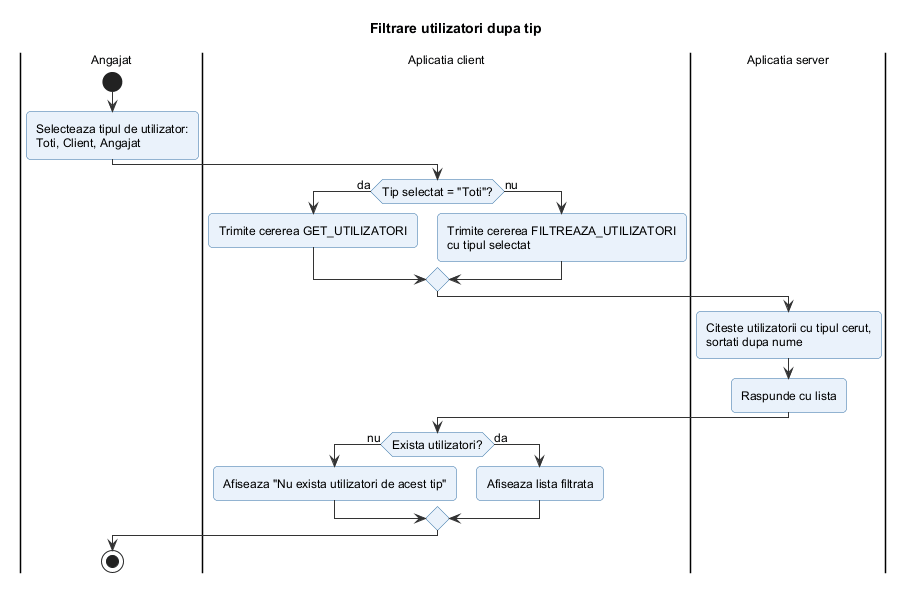
Earlier version of the PlantUML export docs/diagrame/2_activitati/filtrare_utilizatori.png (filip-eanu/ProiectIS). Its diagram source:
```plantuml
@startuml filtrare_utilizatori
!include ../_stil.iuml
title Filtrare utilizatori dupa tip

|Angajat|
start
:Selecteaza tipul de utilizator:
Toti, Client, Angajat;
|Aplicatia client|
if (Tip selectat = "Toti"?) then (da)
  :Trimite cererea GET_UTILIZATORI;
else (nu)
  :Trimite cererea FILTREAZA_UTILIZATORI
  cu tipul selectat;
endif
|Aplicatia server|
:Citeste utilizatorii cu tipul cerut,
sortati dupa nume;
:Raspunde cu lista;
|Aplicatia client|
if (Exista utilizatori?) then (nu)
  :Afiseaza "Nu exista utilizatori de acest tip";
else (da)
  :Afiseaza lista filtrata;
endif
|Angajat|
stop
@enduml
```
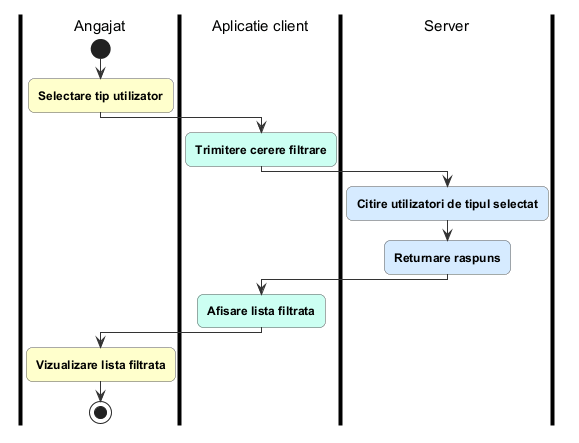
After the commit.

The edit, as a diff of the source:
```diff
@@ -1,28 +1,17 @@
 @startuml filtrare_utilizatori
-!include ../_stil.iuml
-title Filtrare utilizatori dupa tip
+!include ../_stil_activitati.iuml
 
 |Angajat|
 start
-:Selecteaza tipul de utilizator:
-Toti, Client, Angajat;
-|Aplicatia client|
-if (Tip selectat = "Toti"?) then (da)
-  :Trimite cererea GET_UTILIZATORI;
-else (nu)
-  :Trimite cererea FILTREAZA_UTILIZATORI
-  cu tipul selectat;
-endif
-|Aplicatia server|
-:Citeste utilizatorii cu tipul cerut,
-sortati dupa nume;
-:Raspunde cu lista;
-|Aplicatia client|
-if (Exista utilizatori?) then (nu)
-  :Afiseaza "Nu exista utilizatori de acest tip";
-else (da)
-  :Afiseaza lista filtrata;
-endif
+$A("Selectare tip utilizator")
+|Aplicatie client|
+$C("Trimitere cerere filtrare")
+|Server|
+$S("Citire utilizatori de tipul selectat")
+$S("Returnare raspuns")
+|Aplicatie client|
+$C("Afisare lista filtrata")
 |Angajat|
+$A("Vizualizare lista filtrata")
 stop
 @enduml
```
